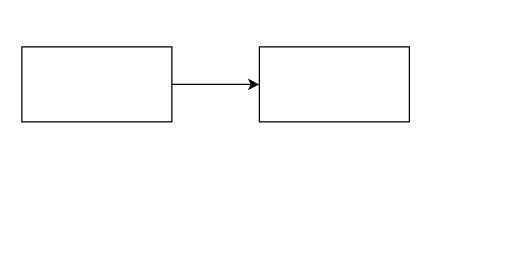
This is Untitled Diagram.drawio from NasTul/Diagrams, a draw.io file, before an edit. Source tidied: cells renumbered, new cells numbered last; positions are measured from the earlier drawing's top-left corner, leaving out a move shared by most shapes. Both pictures are drawn from the tidied source at 125%, with x=0, y=0 at pixel (21, 46).
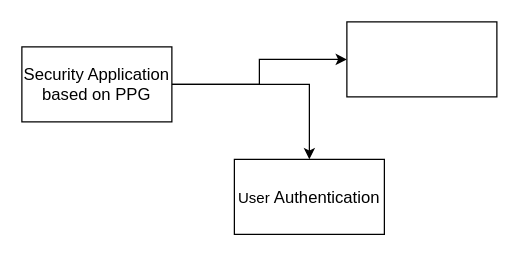
The same page after the edit.

Change to the diagram source:
```diff
@@
 <mxGraphModel>
   <root>
     <mxCell id="0" />
     <mxCell id="1" parent="0" />
     <mxCell id="2" style="edgeStyle=orthogonalEdgeStyle;rounded=0;jettySize=auto;html=1;" parent="1" edge="1" source="3" target="4">
       <mxGeometry relative="1" as="geometry" />
     </mxCell>
+    <mxCell id="5" style="edgeStyle=orthogonalEdgeStyle;rounded=0;jettySize=auto;html=1;entryX=0;entryY=0.5;entryDx=0;entryDy=0;" parent="1" edge="1" source="3" target="6">
+      <mxGeometry relative="1" as="geometry" />
+    </mxCell>
-    <mxCell id="3" style="rounded=0;whiteSpace=wrap;html=1;" parent="1" vertex="1">
+    <mxCell id="3" value="&lt;span style=&quot;font-family: &amp;#34;noto_regular&amp;#34; ; font-size: 10pt&quot;&gt;Security Application based on PPG&lt;/span&gt;" style="rounded=0;whiteSpace=wrap;html=1;" parent="1" vertex="1">
       <mxGeometry width="120" height="60" as="geometry" />
     </mxCell>
-    <mxCell id="4" style="rounded=0;whiteSpace=wrap;html=1;" parent="1" vertex="1">
-      <mxGeometry x="190" width="120" height="60" as="geometry" />
+    <mxCell id="4" value="User&amp;nbsp;&lt;span style=&quot;font-family: &amp;#34;noto_regular&amp;#34; ; font-size: 10pt&quot;&gt;Authentication&lt;/span&gt;" style="rounded=0;whiteSpace=wrap;html=1;" parent="1" vertex="1">
+      <mxGeometry x="170" y="90" width="120" height="60" as="geometry" />
     </mxCell>
+    <mxCell id="6" style="rounded=0;whiteSpace=wrap;html=1;" parent="1" vertex="1">
+      <mxGeometry x="260" y="-20" width="120" height="60" as="geometry" />
+    </mxCell>
   </root>
 </mxGraphModel>
```
